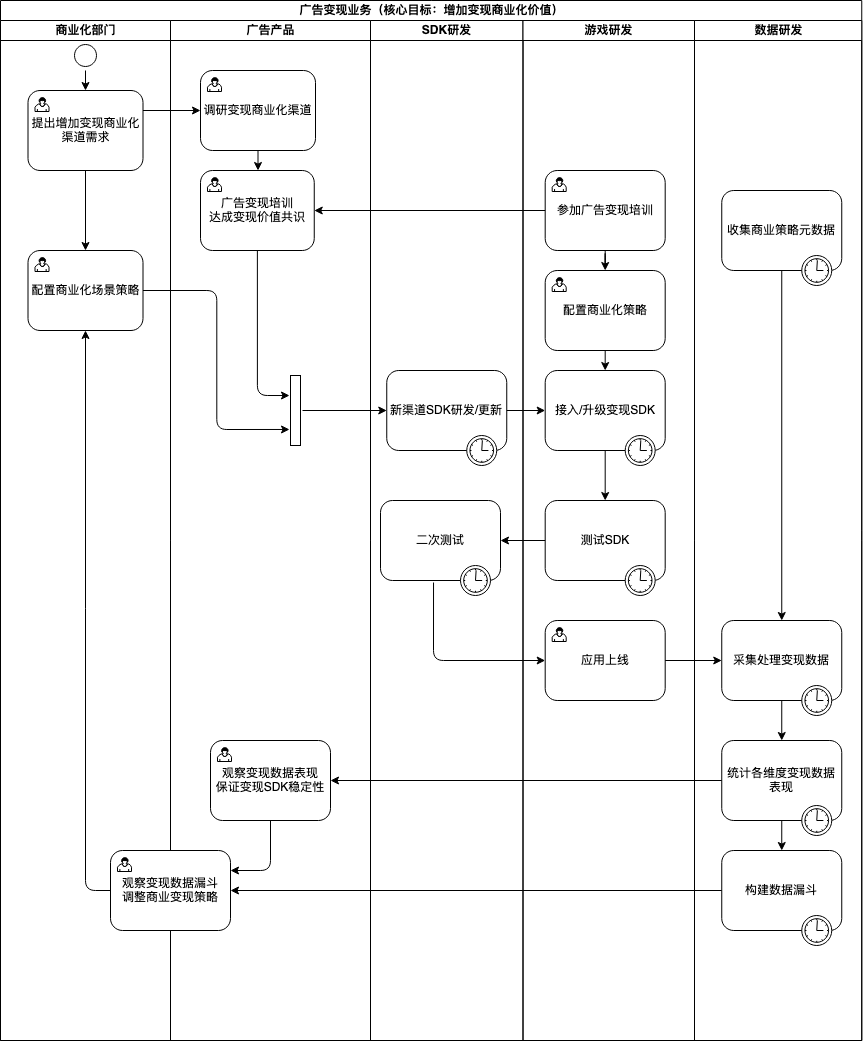
chen-quan-long/hello-world keeps this draw.io diagram as 广告变现业务.png. Above is the earlier version. Source tidied: cells renumbered, new cells last; positions are measured from the earlier drawing's top-left corner, leaving out a move shared by most shapes.
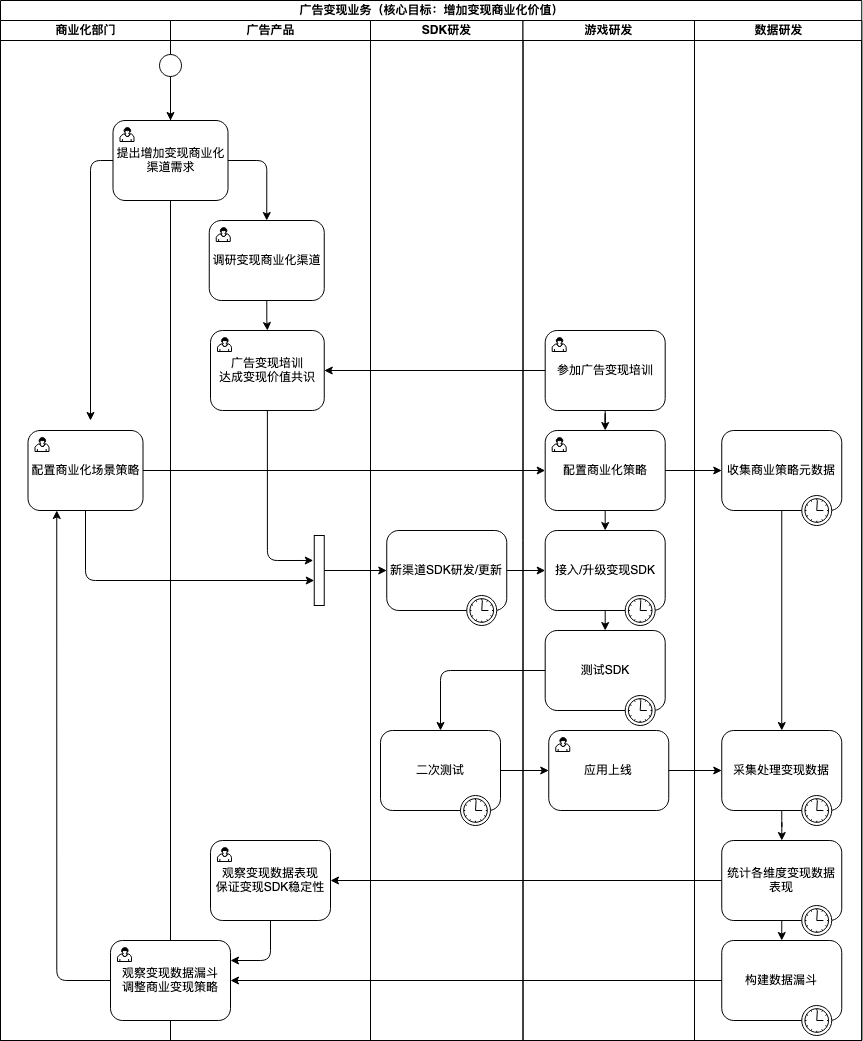
After the commit.

Commit message:
更新广告变现业务.png

What changed in the source:
```diff
@@ -8,51 +8,30 @@
     <mxCell id="3" value="商业化部门" style="swimlane;html=1;startSize=20;" parent="2" vertex="1">
       <mxGeometry y="20" width="170" height="1020" as="geometry" />
     </mxCell>
-    <mxCell id="4" value="&lt;div align=&quot;center&quot;&gt;提出增加变现商业化渠道需求&lt;/div&gt;" style="html=1;whiteSpace=wrap;rounded=1;align=center;" parent="3" vertex="1">
-      <mxGeometry x="27.5" y="70" width="115" height="80" as="geometry" />
-    </mxCell>
-    <mxCell id="5" style="html=1;shape=mxgraph.bpmn.user_task;" parent="4" vertex="1">
-      <mxGeometry width="14" height="14" relative="1" as="geometry">
-        <mxPoint x="7" y="7" as="offset" />
-      </mxGeometry>
-    </mxCell>
-    <mxCell id="6" style="edgeStyle=orthogonalEdgeStyle;curved=0;rounded=1;sketch=0;jettySize=auto;html=1;exitX=0.5;exitY=1;exitDx=0;exitDy=0;entryX=0.5;entryY=0;entryDx=0;entryDy=0;" parent="3" edge="1" source="7" target="4">
-      <mxGeometry relative="1" as="geometry" />
-    </mxCell>
-    <mxCell id="7" style="ellipse;html=1;shape=startState;" parent="3" vertex="1">
-      <mxGeometry x="70" y="20" width="30" height="30" as="geometry" />
-    </mxCell>
     <mxCell id="8" value="配置商业化场景策略" style="html=1;whiteSpace=wrap;rounded=1;align=center;" parent="3" vertex="1">
-      <mxGeometry x="27.5" y="230" width="115" height="80" as="geometry" />
+      <mxGeometry x="27.5" y="410" width="115" height="80" as="geometry" />
     </mxCell>
     <mxCell id="9" style="html=1;shape=mxgraph.bpmn.user_task;" parent="8" vertex="1">
       <mxGeometry width="14" height="14" relative="1" as="geometry">
         <mxPoint x="7" y="7" as="offset" />
       </mxGeometry>
     </mxCell>
-    <mxCell id="10" style="edgeStyle=orthogonalEdgeStyle;curved=0;rounded=1;sketch=0;jettySize=auto;html=1;" parent="3" edge="1" source="4" target="8">
-      <mxGeometry relative="1" as="geometry" />
-    </mxCell>
     <mxCell id="11" value="广告产品" style="swimlane;html=1;startSize=20;" parent="2" vertex="1">
       <mxGeometry x="170" y="20" width="200" height="1020" as="geometry" />
     </mxCell>
     <mxCell id="12" value="调研变现商业化渠道" style="html=1;whiteSpace=wrap;rounded=1;align=center;" parent="11" vertex="1">
-      <mxGeometry x="30" y="50" width="115" height="80" as="geometry" />
+      <mxGeometry x="38.8" y="200" width="115" height="80" as="geometry" />
     </mxCell>
     <mxCell id="13" style="html=1;shape=mxgraph.bpmn.user_task;" parent="12" vertex="1">
       <mxGeometry width="14" height="14" relative="1" as="geometry">
         <mxPoint x="7" y="7" as="offset" />
       </mxGeometry>
     </mxCell>
-    <mxCell id="14" style="edgeStyle=orthogonalEdgeStyle;curved=0;rounded=1;sketch=0;jettySize=auto;html=1;exitX=0.5;exitY=1;exitDx=0;exitDy=0;entryX=1.1;entryY=0.714;entryDx=0;entryDy=0;entryPerimeter=0;" parent="11" edge="1" source="15" target="18">
-      <mxGeometry relative="1" as="geometry">
-        <Array as="points">
-          <mxPoint x="87" y="375" />
-        </Array>
-      </mxGeometry>
+    <mxCell id="14" style="edgeStyle=orthogonalEdgeStyle;curved=0;rounded=1;sketch=0;jettySize=auto;html=1;exitX=0.5;exitY=1;exitDx=0;exitDy=0;entryX=1.1;entryY=0.643;entryDx=0;entryDy=0;entryPerimeter=0;" parent="11" edge="1" source="15" target="18">
+      <mxGeometry relative="1" as="geometry" />
     </mxCell>
     <mxCell id="15" value="&lt;div&gt;广告变现培训&lt;/div&gt;&lt;div&gt;达成变现价值共识&lt;/div&gt;" style="html=1;whiteSpace=wrap;rounded=1;align=center;" parent="11" vertex="1">
-      <mxGeometry x="30" y="150" width="113.8" height="80" as="geometry" />
+      <mxGeometry x="40" y="310" width="113.8" height="80" as="geometry" />
     </mxCell>
     <mxCell id="16" style="html=1;shape=mxgraph.bpmn.user_task;" parent="15" vertex="1">
       <mxGeometry width="14" height="14" relative="1" as="geometry">
@@ -63,10 +42,10 @@
       <mxGeometry relative="1" as="geometry" />
     </mxCell>
     <mxCell id="18" style="html=1;points=[];perimeter=orthogonalPerimeter;rounded=0;sketch=0;direction=west;" parent="11" vertex="1">
-      <mxGeometry x="120" y="355" width="10" height="70" as="geometry" />
+      <mxGeometry x="143.8" y="515" width="10" height="70" as="geometry" />
     </mxCell>
     <mxCell id="19" value="&lt;div&gt;观察变现数据漏斗&lt;/div&gt;&lt;div&gt;调整商业变现策略&lt;br&gt;&lt;/div&gt;" style="html=1;whiteSpace=wrap;rounded=1;sketch=0;" parent="11" vertex="1">
-      <mxGeometry x="-60" y="830" width="120" height="80" as="geometry" />
+      <mxGeometry x="-60" y="920" width="120" height="80" as="geometry" />
     </mxCell>
     <mxCell id="20" style="html=1;shape=mxgraph.bpmn.user_task;" parent="19" vertex="1">
       <mxGeometry width="14" height="14" relative="1" as="geometry">
@@ -77,18 +56,35 @@
       <mxGeometry relative="1" as="geometry" />
     </mxCell>
     <mxCell id="22" value="&lt;div&gt;观察变现数据表现&lt;/div&gt;&lt;div&gt;保证变现SDK稳定性&lt;br&gt;&lt;/div&gt;" style="html=1;whiteSpace=wrap;rounded=1;sketch=0;" parent="11" vertex="1">
-      <mxGeometry x="40" y="720" width="120" height="80" as="geometry" />
+      <mxGeometry x="40" y="820" width="120" height="80" as="geometry" />
     </mxCell>
     <mxCell id="23" style="html=1;shape=mxgraph.bpmn.user_task;" parent="22" vertex="1">
       <mxGeometry width="14" height="14" relative="1" as="geometry">
         <mxPoint x="7" y="7" as="offset" />
       </mxGeometry>
     </mxCell>
+    <mxCell id="7" style="ellipse;html=1;shape=startState;" parent="11" vertex="1">
+      <mxGeometry x="-15" y="30" width="30" height="30" as="geometry" />
+    </mxCell>
+    <mxCell id="43" style="edgeStyle=orthogonalEdgeStyle;curved=0;rounded=1;sketch=0;jettySize=auto;html=1;exitX=1;exitY=0.5;exitDx=0;exitDy=0;entryX=0.5;entryY=0;entryDx=0;entryDy=0;" parent="11" edge="1" source="4" target="12">
+      <mxGeometry relative="1" as="geometry" />
+    </mxCell>
+    <mxCell id="4" value="&lt;div align=&quot;center&quot;&gt;提出增加变现商业化渠道需求&lt;/div&gt;" style="html=1;whiteSpace=wrap;rounded=1;align=center;" parent="11" vertex="1">
+      <mxGeometry x="-57.5" y="100" width="115" height="80" as="geometry" />
+    </mxCell>
+    <mxCell id="5" style="html=1;shape=mxgraph.bpmn.user_task;" parent="4" vertex="1">
+      <mxGeometry width="14" height="14" relative="1" as="geometry">
+        <mxPoint x="7" y="7" as="offset" />
+      </mxGeometry>
+    </mxCell>
+    <mxCell id="6" style="edgeStyle=orthogonalEdgeStyle;curved=0;rounded=1;sketch=0;jettySize=auto;html=1;exitX=0.5;exitY=1;exitDx=0;exitDy=0;entryX=0.5;entryY=0;entryDx=0;entryDy=0;" parent="11" edge="1" source="7" target="4">
+      <mxGeometry relative="1" as="geometry" />
+    </mxCell>
     <mxCell id="24" value="SDK研发" style="swimlane;html=1;startSize=20;" parent="2" vertex="1">
       <mxGeometry x="370" y="20" width="152.5" height="1020" as="geometry" />
     </mxCell>
     <mxCell id="25" value="二次测试" style="html=1;whiteSpace=wrap;rounded=1;sketch=0;" parent="24" vertex="1">
-      <mxGeometry x="10" y="480" width="120" height="80" as="geometry" />
+      <mxGeometry x="10" y="710" width="120" height="80" as="geometry" />
     </mxCell>
     <mxCell id="26" style="shape=mxgraph.bpmn.timer_start;perimeter=ellipsePerimeter;html=1;verticalLabelPosition=bottom;verticalAlign=top;" parent="25" vertex="1">
       <mxGeometry x="1" y="1" width="30" height="30" relative="1" as="geometry">
@@ -96,7 +92,7 @@
       </mxGeometry>
     </mxCell>
     <mxCell id="27" value="新渠道SDK研发/更新" style="html=1;whiteSpace=wrap;rounded=1;sketch=0;" parent="24" vertex="1">
-      <mxGeometry x="16.2" y="350" width="120" height="80" as="geometry" />
+      <mxGeometry x="16.2" y="510" width="120" height="80" as="geometry" />
     </mxCell>
     <mxCell id="28" style="shape=mxgraph.bpmn.timer_start;perimeter=ellipsePerimeter;html=1;verticalLabelPosition=bottom;verticalAlign=top;" parent="27" vertex="1">
       <mxGeometry x="1" y="1" width="30" height="30" relative="1" as="geometry">
@@ -107,7 +103,7 @@
       <mxGeometry x="522.5" y="20" width="171.5" height="1020" as="geometry" />
     </mxCell>
     <mxCell id="30" value="参加广告变现培训" style="html=1;whiteSpace=wrap;rounded=1;" parent="29" vertex="1">
-      <mxGeometry x="22.2" y="150" width="120" height="80" as="geometry" />
+      <mxGeometry x="22.2" y="310" width="120" height="80" as="geometry" />
     </mxCell>
     <mxCell id="31" style="html=1;shape=mxgraph.bpmn.user_task;" parent="30" vertex="1">
       <mxGeometry width="14" height="14" relative="1" as="geometry">
@@ -115,7 +111,7 @@
       </mxGeometry>
     </mxCell>
     <mxCell id="32" value="&lt;div&gt;应用上线&lt;/div&gt;" style="html=1;whiteSpace=wrap;rounded=1;sketch=0;" parent="29" vertex="1">
-      <mxGeometry x="22.2" y="600" width="120" height="80" as="geometry" />
+      <mxGeometry x="25.8" y="710" width="120" height="80" as="geometry" />
     </mxCell>
     <mxCell id="33" style="html=1;shape=mxgraph.bpmn.user_task;" parent="32" vertex="1">
       <mxGeometry width="14" height="14" relative="1" as="geometry">
@@ -123,7 +119,7 @@
       </mxGeometry>
     </mxCell>
     <mxCell id="34" value="测试SDK" style="html=1;whiteSpace=wrap;rounded=1;sketch=0;" parent="29" vertex="1">
-      <mxGeometry x="22.2" y="480" width="120" height="80" as="geometry" />
+      <mxGeometry x="22.2" y="610" width="120" height="80" as="geometry" />
     </mxCell>
     <mxCell id="35" style="shape=mxgraph.bpmn.timer_start;perimeter=ellipsePerimeter;html=1;verticalLabelPosition=bottom;verticalAlign=top;" parent="34" vertex="1">
       <mxGeometry x="1" y="1" width="30" height="30" relative="1" as="geometry">
@@ -134,7 +130,7 @@
       <mxGeometry relative="1" as="geometry" />
     </mxCell>
     <mxCell id="37" value="&lt;div align=&quot;center&quot;&gt;接入/升级变现SDK&lt;/div&gt;" style="html=1;whiteSpace=wrap;rounded=1;sketch=0;" parent="29" vertex="1">
-      <mxGeometry x="22.2" y="350" width="120" height="80" as="geometry" />
+      <mxGeometry x="22.2" y="510" width="120" height="80" as="geometry" />
     </mxCell>
     <mxCell id="38" style="shape=mxgraph.bpmn.timer_start;perimeter=ellipsePerimeter;html=1;verticalLabelPosition=bottom;verticalAlign=top;" parent="37" vertex="1">
       <mxGeometry x="1" y="1" width="30" height="30" relative="1" as="geometry">
@@ -145,7 +141,7 @@
       <mxGeometry relative="1" as="geometry" />
     </mxCell>
     <mxCell id="40" value="配置商业化策略" style="html=1;whiteSpace=wrap;rounded=1;" parent="29" vertex="1">
-      <mxGeometry x="22.2" y="250" width="120" height="80" as="geometry" />
+      <mxGeometry x="22.2" y="410" width="120" height="80" as="geometry" />
     </mxCell>
     <mxCell id="41" style="html=1;shape=mxgraph.bpmn.user_task;" parent="40" vertex="1">
       <mxGeometry width="14" height="14" relative="1" as="geometry">
@@ -155,28 +151,35 @@
     <mxCell id="42" style="edgeStyle=orthogonalEdgeStyle;curved=0;rounded=1;sketch=0;jettySize=auto;html=1;" parent="29" edge="1" source="30" target="40">
       <mxGeometry relative="1" as="geometry" />
     </mxCell>
-    <mxCell id="43" style="edgeStyle=orthogonalEdgeStyle;rounded=0;jettySize=auto;html=1;exitX=1;exitY=0.25;exitDx=0;exitDy=0;" parent="2" edge="1" source="4" target="12">
-      <mxGeometry relative="1" as="geometry" />
-    </mxCell>
     <mxCell id="44" style="endArrow=classic;html=1;exitX=0;exitY=0.5;exitDx=0;exitDy=0;entryX=1;entryY=0.5;entryDx=0;entryDy=0;" parent="2" edge="1" source="30" target="15">
       <mxGeometry relative="1" as="geometry" />
     </mxCell>
-    <mxCell id="45" style="endArrow=classic;html=1;entryX=0;entryY=0.5;entryDx=0;entryDy=0;" parent="2" edge="1" target="27">
-      <mxGeometry relative="1" as="geometry">
-        <mxPoint x="302" y="410" as="sourcePoint" />
-      </mxGeometry>
-    </mxCell>
+    <mxCell id="60" style="edgeStyle=orthogonalEdgeStyle;curved=0;rounded=1;sketch=0;jettySize=auto;html=1;exitX=1;exitY=0.5;exitDx=0;exitDy=0;entryX=0;entryY=0.5;entryDx=0;entryDy=0;" parent="2" edge="1" source="32" target="55">
+      <mxGeometry relative="1" as="geometry" />
+    </mxCell>
+    <mxCell id="61" style="edgeStyle=orthogonalEdgeStyle;curved=0;rounded=1;sketch=0;jettySize=auto;html=1;exitX=0;exitY=0.5;exitDx=0;exitDy=0;" parent="2" edge="1" source="52" target="22">
+      <mxGeometry relative="1" as="geometry" />
+    </mxCell>
+    <mxCell id="65" style="edgeStyle=orthogonalEdgeStyle;curved=0;rounded=1;sketch=0;jettySize=auto;html=1;exitX=0.5;exitY=1;exitDx=0;exitDy=0;entryX=1;entryY=0.357;entryDx=0;entryDy=0;entryPerimeter=0;" parent="2" edge="1" source="8" target="18">
+      <mxGeometry relative="1" as="geometry" />
+    </mxCell>
+    <mxCell id="66" style="endArrow=classic;html=1;entryX=0;entryY=0.5;entryDx=0;entryDy=0;" parent="2" edge="1" source="18" target="27">
+      <mxGeometry relative="1" as="geometry" />
+    </mxCell>
     <mxCell id="46" style="edgeStyle=orthogonalEdgeStyle;curved=0;rounded=1;sketch=0;jettySize=auto;html=1;exitX=1;exitY=0.5;exitDx=0;exitDy=0;entryX=0;entryY=0.5;entryDx=0;entryDy=0;" parent="2" edge="1" source="27" target="37">
       <mxGeometry relative="1" as="geometry" />
     </mxCell>
-    <mxCell id="47" style="edgeStyle=orthogonalEdgeStyle;curved=0;rounded=1;sketch=0;jettySize=auto;html=1;exitX=0;exitY=0.5;exitDx=0;exitDy=0;entryX=1;entryY=0.5;entryDx=0;entryDy=0;" parent="2" edge="1" source="34" target="25">
+    <mxCell id="47" style="edgeStyle=orthogonalEdgeStyle;curved=0;rounded=1;sketch=0;jettySize=auto;html=1;exitX=0;exitY=0.5;exitDx=0;exitDy=0;entryX=0.5;entryY=0;entryDx=0;entryDy=0;" parent="2" edge="1" source="34" target="25">
       <mxGeometry relative="1" as="geometry" />
     </mxCell>
+    <mxCell id="64" style="edgeStyle=orthogonalEdgeStyle;curved=0;rounded=1;sketch=0;jettySize=auto;html=1;exitX=1;exitY=0.5;exitDx=0;exitDy=0;entryX=0;entryY=0.5;entryDx=0;entryDy=0;" parent="2" edge="1" source="25" target="32">
+      <mxGeometry relative="1" as="geometry" />
+    </mxCell>
     <mxCell id="48" value="数据研发" style="swimlane;html=1;startSize=20;" parent="2" vertex="1">
       <mxGeometry x="694" y="20" width="167.2" height="1020" as="geometry" />
     </mxCell>
     <mxCell id="49" value="&lt;div&gt;构建数据漏斗&lt;/div&gt;" style="html=1;whiteSpace=wrap;rounded=1;sketch=0;" parent="48" vertex="1">
-      <mxGeometry x="27.2" y="830" width="120" height="80" as="geometry" />
+      <mxGeometry x="27.2" y="920" width="120" height="80" as="geometry" />
     </mxCell>
     <mxCell id="50" style="shape=mxgraph.bpmn.timer_start;perimeter=ellipsePerimeter;html=1;verticalLabelPosition=bottom;verticalAlign=top;" parent="49" vertex="1">
       <mxGeometry x="1" y="1" width="30" height="30" relative="1" as="geometry">
@@ -187,7 +190,7 @@
       <mxGeometry relative="1" as="geometry" />
     </mxCell>
     <mxCell id="52" value="统计各维度变现数据表现" style="html=1;whiteSpace=wrap;rounded=1;sketch=0;" parent="48" vertex="1">
-      <mxGeometry x="27.2" y="720" width="120" height="80" as="geometry" />
+      <mxGeometry x="27.2" y="820" width="120" height="80" as="geometry" />
     </mxCell>
     <mxCell id="53" style="shape=mxgraph.bpmn.timer_start;perimeter=ellipsePerimeter;html=1;verticalLabelPosition=bottom;verticalAlign=top;" parent="52" vertex="1">
       <mxGeometry x="1" y="1" width="30" height="30" relative="1" as="geometry">
@@ -198,7 +201,7 @@
       <mxGeometry relative="1" as="geometry" />
     </mxCell>
     <mxCell id="55" value="采集处理变现数据" style="html=1;whiteSpace=wrap;rounded=1;sketch=0;" parent="48" vertex="1">
-      <mxGeometry x="27.2" y="600" width="120" height="80" as="geometry" />
+      <mxGeometry x="27.2" y="710" width="120" height="80" as="geometry" />
     </mxCell>
     <mxCell id="56" style="shape=mxgraph.bpmn.timer_start;perimeter=ellipsePerimeter;html=1;verticalLabelPosition=bottom;verticalAlign=top;" parent="55" vertex="1">
       <mxGeometry x="1" y="1" width="30" height="30" relative="1" as="geometry">
@@ -209,38 +212,29 @@
       <mxGeometry relative="1" as="geometry" />
     </mxCell>
     <mxCell id="58" value="收集商业策略元数据" style="html=1;whiteSpace=wrap;rounded=1;sketch=0;" parent="48" vertex="1">
-      <mxGeometry x="27.3" y="170" width="120" height="80" as="geometry" />
+      <mxGeometry x="27.3" y="410" width="120" height="80" as="geometry" />
     </mxCell>
     <mxCell id="59" style="shape=mxgraph.bpmn.timer_start;perimeter=ellipsePerimeter;html=1;verticalLabelPosition=bottom;verticalAlign=top;" parent="58" vertex="1">
       <mxGeometry x="1" y="1" width="30" height="30" relative="1" as="geometry">
         <mxPoint x="-40" y="-15" as="offset" />
       </mxGeometry>
     </mxCell>
-    <mxCell id="60" style="edgeStyle=orthogonalEdgeStyle;curved=0;rounded=1;sketch=0;jettySize=auto;html=1;exitX=1;exitY=0.5;exitDx=0;exitDy=0;entryX=0;entryY=0.5;entryDx=0;entryDy=0;" parent="2" edge="1" source="32" target="55">
-      <mxGeometry relative="1" as="geometry" />
-    </mxCell>
-    <mxCell id="61" style="edgeStyle=orthogonalEdgeStyle;curved=0;rounded=1;sketch=0;jettySize=auto;html=1;exitX=0;exitY=0.5;exitDx=0;exitDy=0;" parent="2" edge="1" source="52" target="22">
-      <mxGeometry relative="1" as="geometry" />
-    </mxCell>
+    <mxCell id="67" style="edgeStyle=orthogonalEdgeStyle;curved=0;rounded=1;sketch=0;jettySize=auto;html=1;exitX=1;exitY=0.5;exitDx=0;exitDy=0;" parent="2" edge="1" source="8" target="40">
+      <mxGeometry relative="1" as="geometry" />
+    </mxCell>
+    <mxCell id="68" style="edgeStyle=orthogonalEdgeStyle;curved=0;rounded=1;sketch=0;jettySize=auto;html=1;exitX=1;exitY=0.5;exitDx=0;exitDy=0;entryX=0;entryY=0.5;entryDx=0;entryDy=0;" parent="2" edge="1" source="40" target="58">
+      <mxGeometry relative="1" as="geometry" />
+    </mxCell>
     <mxCell id="62" style="edgeStyle=orthogonalEdgeStyle;curved=0;rounded=1;sketch=0;jettySize=auto;html=1;exitX=0;exitY=0.5;exitDx=0;exitDy=0;entryX=1;entryY=0.5;entryDx=0;entryDy=0;" parent="2" edge="1" source="49" target="19">
       <mxGeometry relative="1" as="geometry" />
     </mxCell>
-    <mxCell id="63" style="edgeStyle=orthogonalEdgeStyle;curved=0;rounded=1;sketch=0;jettySize=auto;html=1;exitX=0;exitY=0.5;exitDx=0;exitDy=0;entryX=0.5;entryY=1;entryDx=0;entryDy=0;" parent="2" edge="1" source="19" target="8">
-      <mxGeometry relative="1" as="geometry">
-        <Array as="points">
-          <mxPoint x="85" y="890" />
-        </Array>
-      </mxGeometry>
+    <mxCell id="63" style="edgeStyle=orthogonalEdgeStyle;curved=0;rounded=1;sketch=0;jettySize=auto;html=1;exitX=0;exitY=0.5;exitDx=0;exitDy=0;entryX=0.25;entryY=1;entryDx=0;entryDy=0;" parent="2" edge="1" source="19" target="8">
+      <mxGeometry relative="1" as="geometry" />
     </mxCell>
-    <mxCell id="64" style="edgeStyle=orthogonalEdgeStyle;curved=0;rounded=1;sketch=0;jettySize=auto;html=1;exitX=0.442;exitY=1.025;exitDx=0;exitDy=0;entryX=0;entryY=0.5;entryDx=0;entryDy=0;exitPerimeter=0;" parent="2" edge="1" source="25" target="32">
-      <mxGeometry relative="1" as="geometry">
-        <Array as="points">
-          <mxPoint x="433" y="660" />
-        </Array>
-      </mxGeometry>
-    </mxCell>
-    <mxCell id="65" style="edgeStyle=orthogonalEdgeStyle;curved=0;rounded=1;sketch=0;jettySize=auto;html=1;exitX=1;exitY=0.5;exitDx=0;exitDy=0;entryX=1.1;entryY=0.229;entryDx=0;entryDy=0;entryPerimeter=0;" parent="2" edge="1" source="8" target="18">
-      <mxGeometry relative="1" as="geometry" />
-    </mxCell>
+    <mxCell id="69" style="edgeStyle=orthogonalEdgeStyle;curved=0;rounded=1;sketch=0;jettySize=auto;html=1;exitX=0;exitY=0.5;exitDx=0;exitDy=0;" parent="1" edge="1" source="4">
+      <mxGeometry relative="1" as="geometry">
+        <mxPoint x="90" y="420" as="targetPoint" />
+      </mxGeometry>
+    </mxCell>
   </root>
 </mxGraphModel>
```
